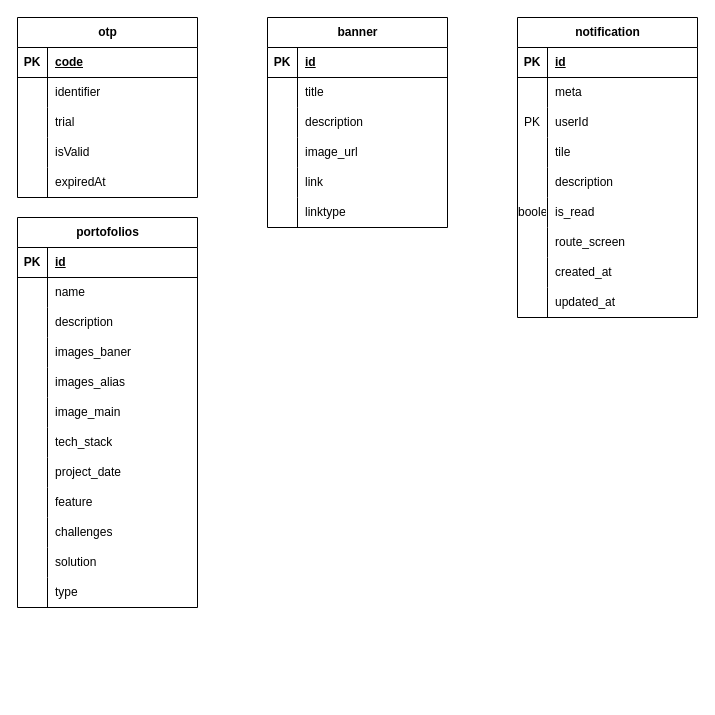
Before: starspace/db_codespacex.drawio in DemoNicky/technical-test, a draw.io diagram. Source tidied: cells renumbered, new cells numbered last; positions are measured from the earlier drawing's top-left corner, leaving out a move shared by most shapes. Both pictures are drawn from the tidied source at 100%, with x=0, y=0 at pixel (17, 17).
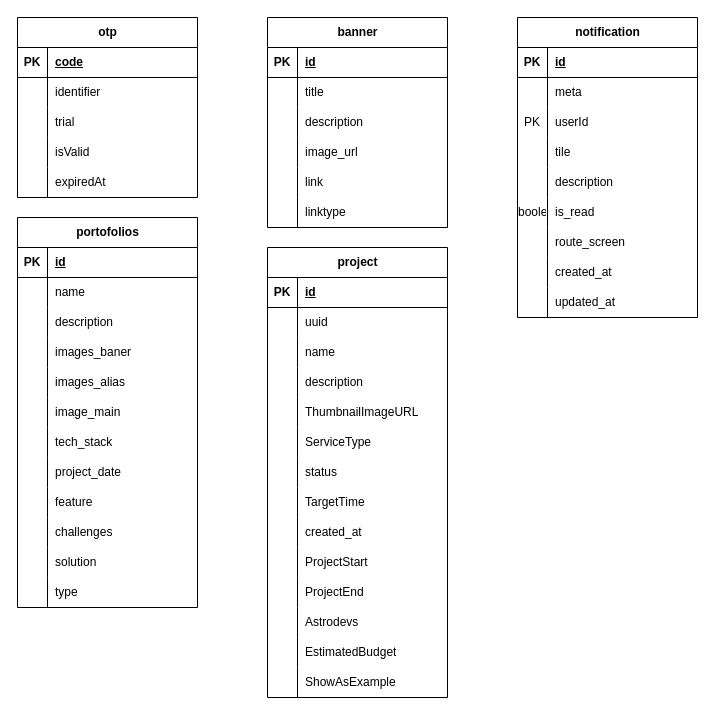
Above is the later version.

Diff of the diagram source:
```diff
@@
+    <mxCell id="102" value="project" style="shape=table;startSize=30;childLayout=tableLayout;rowLines=0;fontStyle=1;align=center;html=1;" parent="1" vertex="1">
+      <mxGeometry x="250" y="230" width="180" height="450" as="geometry" />
+    </mxCell>
+    <mxCell id="103" style="shape=tableRow;horizontal=0;startSize=0;swimlaneHead=0;swimlaneBody=0;fillColor=none;top=0;left=0;right=0;bottom=1;" parent="102" vertex="1">
+      <mxGeometry y="30" width="180" height="30" as="geometry" />
+    </mxCell>
+    <mxCell id="104" value="PK" style="shape=partialRectangle;fillColor=none;top=0;left=0;bottom=0;right=0;fontStyle=1;overflow=hidden;whiteSpace=wrap;html=1;" parent="103" vertex="1">
+      <mxGeometry width="30" height="30" as="geometry" />
+    </mxCell>
+    <mxCell id="105" value="id" style="shape=partialRectangle;fillColor=none;top=0;left=0;bottom=0;right=0;align=left;spacingLeft=6;fontStyle=5;overflow=hidden;whiteSpace=wrap;html=1;" parent="103" vertex="1">
+      <mxGeometry x="30" width="150" height="30" as="geometry" />
+    </mxCell>
+    <mxCell id="106" style="shape=tableRow;horizontal=0;startSize=0;swimlaneHead=0;swimlaneBody=0;fillColor=none;top=0;left=0;right=0;bottom=0;" parent="102" vertex="1">
+      <mxGeometry y="60" width="180" height="30" as="geometry" />
+    </mxCell>
+    <mxCell id="107" style="shape=partialRectangle;fillColor=none;top=0;left=0;bottom=0;right=0;overflow=hidden;whiteSpace=wrap;html=1;" parent="106" vertex="1">
+      <mxGeometry width="30" height="30" as="geometry" />
+    </mxCell>
+    <mxCell id="108" value="uuid" style="shape=partialRectangle;fillColor=none;top=0;left=0;bottom=0;right=0;align=left;spacingLeft=6;overflow=hidden;whiteSpace=wrap;html=1;" parent="106" vertex="1">
+      <mxGeometry x="30" width="150" height="30" as="geometry" />
+    </mxCell>
+    <mxCell id="109" style="shape=tableRow;horizontal=0;startSize=0;swimlaneHead=0;swimlaneBody=0;fillColor=none;top=0;left=0;right=0;bottom=0;" parent="102" vertex="1">
+      <mxGeometry y="90" width="180" height="30" as="geometry" />
+    </mxCell>
+    <mxCell id="110" style="shape=partialRectangle;fillColor=none;top=0;left=0;bottom=0;right=0;overflow=hidden;whiteSpace=wrap;html=1;" parent="109" vertex="1">
+      <mxGeometry width="30" height="30" as="geometry" />
+    </mxCell>
+    <mxCell id="111" value="name" style="shape=partialRectangle;fillColor=none;top=0;left=0;bottom=0;right=0;align=left;spacingLeft=6;overflow=hidden;whiteSpace=wrap;html=1;" parent="109" vertex="1">
+      <mxGeometry x="30" width="150" height="30" as="geometry" />
+    </mxCell>
+    <mxCell id="112" style="shape=tableRow;horizontal=0;startSize=0;swimlaneHead=0;swimlaneBody=0;fillColor=none;top=0;left=0;right=0;bottom=0;" parent="102" vertex="1">
+      <mxGeometry y="120" width="180" height="30" as="geometry" />
+    </mxCell>
+    <mxCell id="113" style="shape=partialRectangle;fillColor=none;top=0;left=0;bottom=0;right=0;overflow=hidden;whiteSpace=wrap;html=1;" parent="112" vertex="1">
+      <mxGeometry width="30" height="30" as="geometry" />
+    </mxCell>
+    <mxCell id="114" value="description" style="shape=partialRectangle;fillColor=none;top=0;left=0;bottom=0;right=0;align=left;spacingLeft=6;overflow=hidden;whiteSpace=wrap;html=1;" parent="112" vertex="1">
+      <mxGeometry x="30" width="150" height="30" as="geometry" />
+    </mxCell>
+    <mxCell id="115" style="shape=tableRow;horizontal=0;startSize=0;swimlaneHead=0;swimlaneBody=0;fillColor=none;top=0;left=0;right=0;bottom=0;" parent="102" vertex="1">
+      <mxGeometry y="150" width="180" height="30" as="geometry" />
+    </mxCell>
+    <mxCell id="116" style="shape=partialRectangle;fillColor=none;top=0;left=0;bottom=0;right=0;overflow=hidden;whiteSpace=wrap;html=1;" parent="115" vertex="1">
+      <mxGeometry width="30" height="30" as="geometry" />
+    </mxCell>
+    <mxCell id="117" value="ThumbnailImageURL" style="shape=partialRectangle;fillColor=none;top=0;left=0;bottom=0;right=0;align=left;spacingLeft=6;overflow=hidden;whiteSpace=wrap;html=1;" parent="115" vertex="1">
+      <mxGeometry x="30" width="150" height="30" as="geometry" />
+    </mxCell>
+    <mxCell id="118" style="shape=tableRow;horizontal=0;startSize=0;swimlaneHead=0;swimlaneBody=0;fillColor=none;top=0;left=0;right=0;bottom=0;" parent="102" vertex="1">
+      <mxGeometry y="180" width="180" height="30" as="geometry" />
+    </mxCell>
+    <mxCell id="119" style="shape=partialRectangle;fillColor=none;top=0;left=0;bottom=0;right=0;overflow=hidden;whiteSpace=wrap;html=1;" parent="118" vertex="1">
+      <mxGeometry width="30" height="30" as="geometry" />
+    </mxCell>
+    <mxCell id="120" value="ServiceType" style="shape=partialRectangle;fillColor=none;top=0;left=0;bottom=0;right=0;align=left;spacingLeft=6;overflow=hidden;whiteSpace=wrap;html=1;" parent="118" vertex="1">
+      <mxGeometry x="30" width="150" height="30" as="geometry" />
+    </mxCell>
+    <mxCell id="121" style="shape=tableRow;horizontal=0;startSize=0;swimlaneHead=0;swimlaneBody=0;fillColor=none;top=0;left=0;right=0;bottom=0;" parent="102" vertex="1">
+      <mxGeometry y="210" width="180" height="30" as="geometry" />
+    </mxCell>
+    <mxCell id="122" style="shape=partialRectangle;fillColor=none;top=0;left=0;bottom=0;right=0;overflow=hidden;whiteSpace=wrap;html=1;" parent="121" vertex="1">
+      <mxGeometry width="30" height="30" as="geometry" />
+    </mxCell>
+    <mxCell id="123" value="status" style="shape=partialRectangle;fillColor=none;top=0;left=0;bottom=0;right=0;align=left;spacingLeft=6;overflow=hidden;whiteSpace=wrap;html=1;" parent="121" vertex="1">
+      <mxGeometry x="30" width="150" height="30" as="geometry" />
+    </mxCell>
+    <mxCell id="124" style="shape=tableRow;horizontal=0;startSize=0;swimlaneHead=0;swimlaneBody=0;fillColor=none;top=0;left=0;right=0;bottom=0;" parent="102" vertex="1">
+      <mxGeometry y="240" width="180" height="30" as="geometry" />
+    </mxCell>
+    <mxCell id="125" style="shape=partialRectangle;fillColor=none;top=0;left=0;bottom=0;right=0;overflow=hidden;whiteSpace=wrap;html=1;" parent="124" vertex="1">
+      <mxGeometry width="30" height="30" as="geometry" />
+    </mxCell>
+    <mxCell id="126" value="TargetTime" style="shape=partialRectangle;fillColor=none;top=0;left=0;bottom=0;right=0;align=left;spacingLeft=6;overflow=hidden;whiteSpace=wrap;html=1;" parent="124" vertex="1">
+      <mxGeometry x="30" width="150" height="30" as="geometry" />
+    </mxCell>
+    <mxCell id="127" style="shape=tableRow;horizontal=0;startSize=0;swimlaneHead=0;swimlaneBody=0;fillColor=none;top=0;left=0;right=0;bottom=0;" parent="102" vertex="1">
+      <mxGeometry y="270" width="180" height="30" as="geometry" />
+    </mxCell>
+    <mxCell id="128" style="shape=partialRectangle;fillColor=none;top=0;left=0;bottom=0;right=0;overflow=hidden;whiteSpace=wrap;html=1;" parent="127" vertex="1">
+      <mxGeometry width="30" height="30" as="geometry" />
+    </mxCell>
+    <mxCell id="129" value="created_at" style="shape=partialRectangle;fillColor=none;top=0;left=0;bottom=0;right=0;align=left;spacingLeft=6;overflow=hidden;whiteSpace=wrap;html=1;" parent="127" vertex="1">
+      <mxGeometry x="30" width="150" height="30" as="geometry" />
+    </mxCell>
+    <mxCell id="130" style="shape=tableRow;horizontal=0;startSize=0;swimlaneHead=0;swimlaneBody=0;fillColor=none;top=0;left=0;right=0;bottom=0;" parent="102" vertex="1">
+      <mxGeometry y="300" width="180" height="30" as="geometry" />
+    </mxCell>
+    <mxCell id="131" style="shape=partialRectangle;fillColor=none;top=0;left=0;bottom=0;right=0;overflow=hidden;whiteSpace=wrap;html=1;" parent="130" vertex="1">
+      <mxGeometry width="30" height="30" as="geometry" />
+    </mxCell>
+    <mxCell id="132" value="ProjectStart" style="shape=partialRectangle;fillColor=none;top=0;left=0;bottom=0;right=0;align=left;spacingLeft=6;overflow=hidden;whiteSpace=wrap;html=1;" parent="130" vertex="1">
+      <mxGeometry x="30" width="150" height="30" as="geometry" />
+    </mxCell>
+    <mxCell id="133" style="shape=tableRow;horizontal=0;startSize=0;swimlaneHead=0;swimlaneBody=0;fillColor=none;top=0;left=0;right=0;bottom=0;" parent="102" vertex="1">
+      <mxGeometry y="330" width="180" height="30" as="geometry" />
+    </mxCell>
+    <mxCell id="134" style="shape=partialRectangle;fillColor=none;top=0;left=0;bottom=0;right=0;overflow=hidden;whiteSpace=wrap;html=1;" parent="133" vertex="1">
+      <mxGeometry width="30" height="30" as="geometry" />
+    </mxCell>
+    <mxCell id="135" value="ProjectEnd" style="shape=partialRectangle;fillColor=none;top=0;left=0;bottom=0;right=0;align=left;spacingLeft=6;overflow=hidden;whiteSpace=wrap;html=1;" parent="133" vertex="1">
+      <mxGeometry x="30" width="150" height="30" as="geometry" />
+    </mxCell>
+    <mxCell id="136" style="shape=tableRow;horizontal=0;startSize=0;swimlaneHead=0;swimlaneBody=0;fillColor=none;top=0;left=0;right=0;bottom=0;" parent="102" vertex="1">
+      <mxGeometry y="360" width="180" height="30" as="geometry" />
+    </mxCell>
+    <mxCell id="137" style="shape=partialRectangle;fillColor=none;top=0;left=0;bottom=0;right=0;overflow=hidden;whiteSpace=wrap;html=1;" parent="136" vertex="1">
+      <mxGeometry width="30" height="30" as="geometry" />
+    </mxCell>
+    <mxCell id="138" value="Astrodevs" style="shape=partialRectangle;fillColor=none;top=0;left=0;bottom=0;right=0;align=left;spacingLeft=6;overflow=hidden;whiteSpace=wrap;html=1;" parent="136" vertex="1">
+      <mxGeometry x="30" width="150" height="30" as="geometry" />
+    </mxCell>
+    <mxCell id="139" style="shape=tableRow;horizontal=0;startSize=0;swimlaneHead=0;swimlaneBody=0;fillColor=none;top=0;left=0;right=0;bottom=0;" parent="102" vertex="1">
+      <mxGeometry y="390" width="180" height="30" as="geometry" />
+    </mxCell>
+    <mxCell id="140" style="shape=partialRectangle;fillColor=none;top=0;left=0;bottom=0;right=0;overflow=hidden;whiteSpace=wrap;html=1;" parent="139" vertex="1">
+      <mxGeometry width="30" height="30" as="geometry" />
+    </mxCell>
+    <mxCell id="141" value="EstimatedBudget" style="shape=partialRectangle;fillColor=none;top=0;left=0;bottom=0;right=0;align=left;spacingLeft=6;overflow=hidden;whiteSpace=wrap;html=1;" parent="139" vertex="1">
+      <mxGeometry x="30" width="150" height="30" as="geometry" />
+    </mxCell>
+    <mxCell id="142" style="shape=tableRow;horizontal=0;startSize=0;swimlaneHead=0;swimlaneBody=0;fillColor=none;top=0;left=0;right=0;bottom=0;" parent="102" vertex="1">
+      <mxGeometry y="420" width="180" height="30" as="geometry" />
+    </mxCell>
+    <mxCell id="143" style="shape=partialRectangle;fillColor=none;top=0;left=0;bottom=0;right=0;overflow=hidden;whiteSpace=wrap;html=1;" parent="142" vertex="1">
+      <mxGeometry width="30" height="30" as="geometry" />
+    </mxCell>
+    <mxCell id="144" value="ShowAsExample" style="shape=partialRectangle;fillColor=none;top=0;left=0;bottom=0;right=0;align=left;spacingLeft=6;overflow=hidden;whiteSpace=wrap;html=1;" parent="142" vertex="1">
+      <mxGeometry x="30" width="150" height="30" as="geometry" />
+    </mxCell>
```
